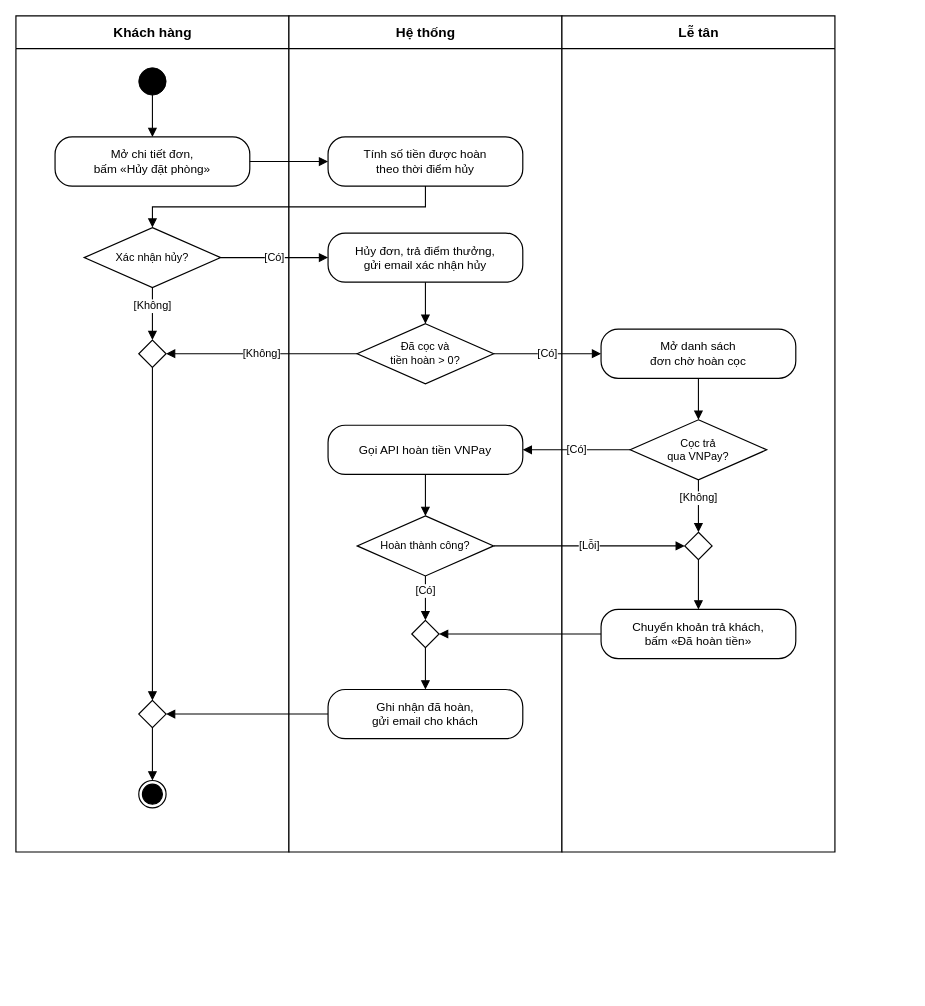
The draw.io diagram docs/thiet-ke/hd-huy-don-hoan-coc.drawio in ngynquchn2511/beach-hotel, before the edit. Source tidied: cells renumbered, new cells numbered last; positions are measured from the earlier drawing's top-left corner, leaving out a move shared by most shapes. Both pictures are drawn from the tidied source at 91%, with x=0, y=0 at pixel (15, 15).
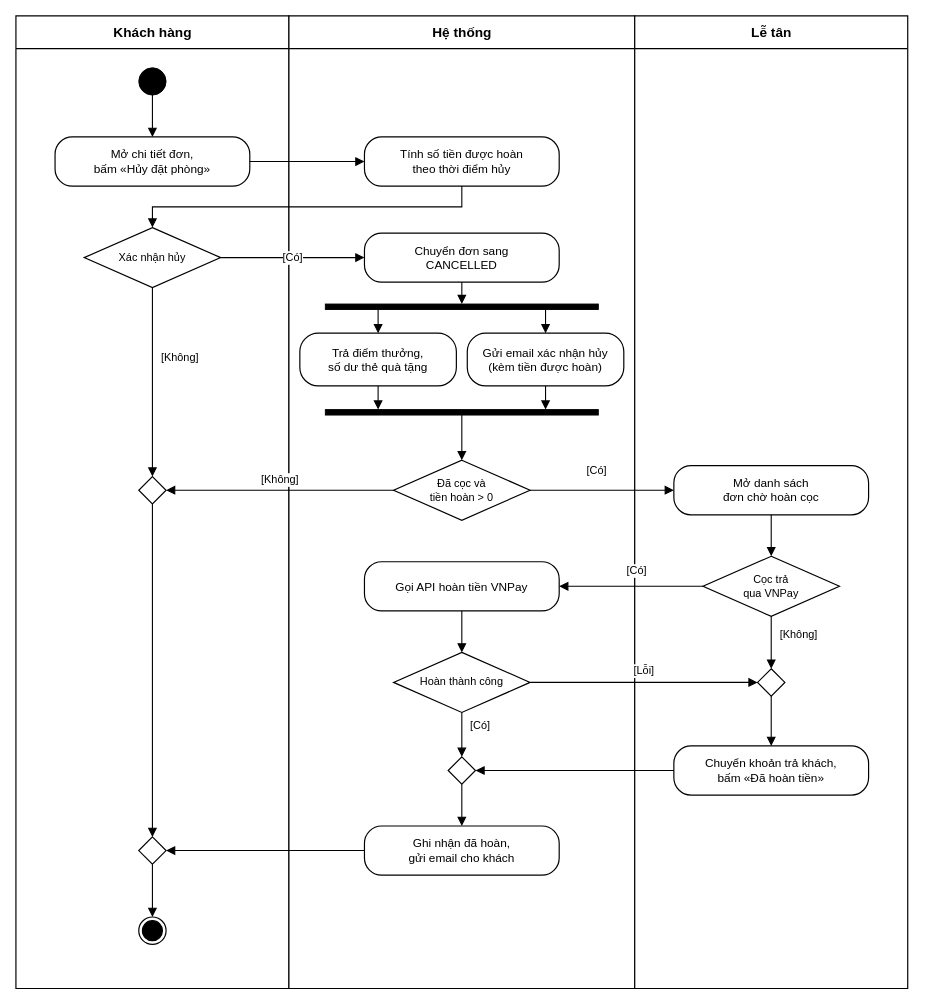
The same diagram, later.

Diff of the diagram source:
```diff
@@
     <mxCell id="2" value="Khách hàng" style="fontFamily=Arial;fontColor=#000000;swimlane;horizontal=1;startSize=36;html=1;fillColor=#FFFFFF;strokeColor=#000000;strokeWidth=1.3;fontSize=15;fontStyle=1;swimlaneFillColor=#FFFFFF;" parent="1" vertex="1">
-      <mxGeometry width="300" height="918.8" as="geometry" />
+      <mxGeometry width="300" height="1068.8" as="geometry" />
     </mxCell>
     <mxCell id="3" value="Hệ thống" style="fontFamily=Arial;fontColor=#000000;swimlane;horizontal=1;startSize=36;html=1;fillColor=#FFFFFF;strokeColor=#000000;strokeWidth=1.3;fontSize=15;fontStyle=1;swimlaneFillColor=#FFFFFF;" parent="1" vertex="1">
-      <mxGeometry x="300" width="300" height="918.8" as="geometry" />
+      <mxGeometry x="300" width="380" height="1068.8" as="geometry" />
     </mxCell>
     <mxCell id="4" value="Lễ tân" style="fontFamily=Arial;fontColor=#000000;swimlane;horizontal=1;startSize=36;html=1;fillColor=#FFFFFF;strokeColor=#000000;strokeWidth=1.3;fontSize=15;fontStyle=1;swimlaneFillColor=#FFFFFF;" parent="1" vertex="1">
-      <mxGeometry x="600" width="300" height="918.8" as="geometry" />
+      <mxGeometry x="680" width="300" height="1068.8" as="geometry" />
     </mxCell>
@@
     <mxCell id="7" value="Tính số tiền được hoàn&lt;br&gt;theo thời điểm hủy" style="fontFamily=Arial;fontColor=#000000;rounded=1;whiteSpace=wrap;html=1;arcSize=35;fillColor=#FFFFFF;strokeColor=#000000;strokeWidth=1.3;fontSize=13;spacing=6;" parent="1" vertex="1">
-      <mxGeometry x="343" y="133" width="214" height="54" as="geometry" />
+      <mxGeometry x="383" y="133" width="214" height="54" as="geometry" />
     </mxCell>
-    <mxCell id="8" value="Xác nhận hủy?" style="fontFamily=Arial;fontColor=#000000;rhombus;whiteSpace=wrap;html=1;fillColor=#FFFFFF;strokeColor=#000000;strokeWidth=1.3;fontSize=12;" parent="1" vertex="1">
+    <mxCell id="8" value="Xác nhận hủy" style="fontFamily=Arial;fontColor=#000000;rhombus;whiteSpace=wrap;html=1;fillColor=#FFFFFF;strokeColor=#000000;strokeWidth=1.3;fontSize=12;" parent="1" vertex="1">
       <mxGeometry x="75" y="232.6" width="150" height="66" as="geometry" />
     </mxCell>
-    <mxCell id="9" value="Hủy đơn, trả điểm thưởng,&lt;br&gt;gửi email xác nhận hủy" style="fontFamily=Arial;fontColor=#000000;rounded=1;whiteSpace=wrap;html=1;arcSize=35;fillColor=#FFFFFF;strokeColor=#000000;strokeWidth=1.3;fontSize=13;spacing=6;" parent="1" vertex="1">
-      <mxGeometry x="343" y="238.6" width="214" height="54" as="geometry" />
+    <mxCell id="9" value="Chuyển đơn sang&lt;br&gt;CANCELLED" style="fontFamily=Arial;fontColor=#000000;rounded=1;whiteSpace=wrap;html=1;arcSize=35;fillColor=#FFFFFF;strokeColor=#000000;strokeWidth=1.3;fontSize=13;spacing=6;" parent="1" vertex="1">
+      <mxGeometry x="383" y="238.6" width="214" height="54" as="geometry" />
     </mxCell>
-    <mxCell id="10" value="Đã cọc và&lt;br&gt;tiền hoàn &gt; 0?" style="fontFamily=Arial;fontColor=#000000;rhombus;whiteSpace=wrap;html=1;fillColor=#FFFFFF;strokeColor=#000000;strokeWidth=1.3;fontSize=12;" parent="1" vertex="1">
-      <mxGeometry x="375" y="338.2" width="150" height="66" as="geometry" />
+    <mxCell id="10" value="Đã cọc và&lt;br&gt;tiền hoàn &amp;gt; 0" style="fontFamily=Arial;fontColor=#000000;rhombus;whiteSpace=wrap;html=1;fillColor=#FFFFFF;strokeColor=#000000;strokeWidth=1.3;fontSize=12;" parent="1" vertex="1">
+      <mxGeometry x="415" y="488.2" width="150" height="66" as="geometry" />
     </mxCell>
     <mxCell id="11" style="fontFamily=Arial;fontColor=#000000;rhombus;whiteSpace=wrap;html=1;fillColor=#FFFFFF;strokeColor=#000000;strokeWidth=1.3;fontSize=12;" parent="1" vertex="1">
-      <mxGeometry x="135" y="356.2" width="30" height="30" as="geometry" />
+      <mxGeometry x="135" y="506.2" width="30" height="30" as="geometry" />
     </mxCell>
     <mxCell id="12" value="Mở danh sách&lt;br&gt;đơn chờ hoàn cọc" style="fontFamily=Arial;fontColor=#000000;rounded=1;whiteSpace=wrap;html=1;arcSize=35;fillColor=#FFFFFF;strokeColor=#000000;strokeWidth=1.3;fontSize=13;spacing=6;" parent="1" vertex="1">
-      <mxGeometry x="643" y="344.2" width="214" height="54" as="geometry" />
+      <mxGeometry x="723" y="494.2" width="214" height="54" as="geometry" />
     </mxCell>
-    <mxCell id="13" value="Cọc trả&lt;br&gt;qua VNPay?" style="fontFamily=Arial;fontColor=#000000;rhombus;whiteSpace=wrap;html=1;fillColor=#FFFFFF;strokeColor=#000000;strokeWidth=1.3;fontSize=12;" parent="1" vertex="1">
-      <mxGeometry x="675" y="443.8" width="150" height="66" as="geometry" />
+    <mxCell id="13" value="Cọc trả&lt;br&gt;qua VNPay" style="fontFamily=Arial;fontColor=#000000;rhombus;whiteSpace=wrap;html=1;fillColor=#FFFFFF;strokeColor=#000000;strokeWidth=1.3;fontSize=12;" parent="1" vertex="1">
+      <mxGeometry x="755" y="593.8" width="150" height="66" as="geometry" />
     </mxCell>
     <mxCell id="14" value="Gọi API hoàn tiền VNPay" style="fontFamily=Arial;fontColor=#000000;rounded=1;whiteSpace=wrap;html=1;arcSize=35;fillColor=#FFFFFF;strokeColor=#000000;strokeWidth=1.3;fontSize=13;spacing=6;" parent="1" vertex="1">
-      <mxGeometry x="343" y="449.8" width="214" height="54" as="geometry" />
+      <mxGeometry x="383" y="599.8" width="214" height="54" as="geometry" />
     </mxCell>
-    <mxCell id="15" value="Hoàn thành công?" style="fontFamily=Arial;fontColor=#000000;rhombus;whiteSpace=wrap;html=1;fillColor=#FFFFFF;strokeColor=#000000;strokeWidth=1.3;fontSize=12;" parent="1" vertex="1">
-      <mxGeometry x="375" y="549.4" width="150" height="66" as="geometry" />
+    <mxCell id="15" value="Hoàn thành công" style="fontFamily=Arial;fontColor=#000000;rhombus;whiteSpace=wrap;html=1;fillColor=#FFFFFF;strokeColor=#000000;strokeWidth=1.3;fontSize=12;" parent="1" vertex="1">
+      <mxGeometry x="415" y="699.4" width="150" height="66" as="geometry" />
     </mxCell>
     <mxCell id="16" style="fontFamily=Arial;fontColor=#000000;rhombus;whiteSpace=wrap;html=1;fillColor=#FFFFFF;strokeColor=#000000;strokeWidth=1.3;fontSize=12;" parent="1" vertex="1">
-      <mxGeometry x="735" y="567.4" width="30" height="30" as="geometry" />
+      <mxGeometry x="815" y="717.4" width="30" height="30" as="geometry" />
     </mxCell>
     <mxCell id="17" value="Chuyển khoản trả khách,&lt;br&gt;bấm «Đã hoàn tiền»" style="fontFamily=Arial;fontColor=#000000;rounded=1;whiteSpace=wrap;html=1;arcSize=35;fillColor=#FFFFFF;strokeColor=#000000;strokeWidth=1.3;fontSize=13;spacing=6;" parent="1" vertex="1">
-      <mxGeometry x="643" y="652.2" width="214" height="54" as="geometry" />
+      <mxGeometry x="723" y="802.2" width="214" height="54" as="geometry" />
     </mxCell>
     <mxCell id="18" style="fontFamily=Arial;fontColor=#000000;rhombus;whiteSpace=wrap;html=1;fillColor=#FFFFFF;strokeColor=#000000;strokeWidth=1.3;fontSize=12;" parent="1" vertex="1">
-      <mxGeometry x="435" y="664.2" width="30" height="30" as="geometry" />
+      <mxGeometry x="475" y="814.2" width="30" height="30" as="geometry" />
     </mxCell>
     <mxCell id="19" value="Ghi nhận đã hoàn,&lt;br&gt;gửi email cho khách" style="fontFamily=Arial;fontColor=#000000;rounded=1;whiteSpace=wrap;html=1;arcSize=35;fillColor=#FFFFFF;strokeColor=#000000;strokeWidth=1.3;fontSize=13;spacing=6;" parent="1" vertex="1">
-      <mxGeometry x="343" y="740.2" width="214" height="54" as="geometry" />
+      <mxGeometry x="383" y="890.2" width="214" height="54" as="geometry" />
     </mxCell>
     <mxCell id="20" style="fontFamily=Arial;fontColor=#000000;rhombus;whiteSpace=wrap;html=1;fillColor=#FFFFFF;strokeColor=#000000;strokeWidth=1.3;fontSize=12;" parent="1" vertex="1">
-      <mxGeometry x="135" y="752.2" width="30" height="30" as="geometry" />
+      <mxGeometry x="135" y="902.2" width="30" height="30" as="geometry" />
     </mxCell>
     <mxCell id="21" style="ellipse;html=1;shape=endState;fillColor=#000000;strokeColor=#000000;strokeWidth=1.3;" parent="1" vertex="1">
-      <mxGeometry x="135" y="840.2" width="30" height="30" as="geometry" />
+      <mxGeometry x="135" y="990.2" width="30" height="30" as="geometry" />
     </mxCell>
@@
     <mxCell id="24" style="fontFamily=Arial;fontColor=#000000;edgeStyle=orthogonalEdgeStyle;rounded=0;html=1;endArrow=block;endFill=1;endSize=7;strokeColor=#000000;strokeWidth=1.2;fontSize=12;labelBackgroundColor=#FFFFFF;exitX=0.5;exitY=1;exitDx=0;exitDy=0;entryX=0.5;entryY=0;entryDx=0;entryDy=0;" parent="1" edge="1" source="7" target="8">
       <mxGeometry relative="1" as="geometry">
         <Array as="points">
-          <mxPoint x="450" y="209.8" />
+          <mxPoint x="490" y="209.8" />
           <mxPoint x="150" y="209.8" />
         </Array>
       </mxGeometry>
     </mxCell>
@@
     <mxCell id="26" value="[Không]" style="fontFamily=Arial;fontColor=#000000;edgeStyle=orthogonalEdgeStyle;rounded=0;html=1;endArrow=block;endFill=1;endSize=7;strokeColor=#000000;strokeWidth=1.2;fontSize=12;labelBackgroundColor=#FFFFFF;exitX=0.5;exitY=1;exitDx=0;exitDy=0;entryX=0.5;entryY=0;entryDx=0;entryDy=0;" parent="1" edge="1" source="8" target="11">
-      <mxGeometry x="-0.3" relative="1" as="geometry" />
+      <mxGeometry x="-0.26" y="30" relative="1" as="geometry" />
     </mxCell>
-    <mxCell id="27" style="fontFamily=Arial;fontColor=#000000;edgeStyle=orthogonalEdgeStyle;rounded=0;html=1;endArrow=block;endFill=1;endSize=7;strokeColor=#000000;strokeWidth=1.2;fontSize=12;labelBackgroundColor=#FFFFFF;exitX=0.5;exitY=1;exitDx=0;exitDy=0;entryX=0.5;entryY=0;entryDx=0;entryDy=0;" parent="1" edge="1" source="9" target="10">
-      <mxGeometry relative="1" as="geometry" />
-    </mxCell>
     <mxCell id="28" value="[Có]" style="fontFamily=Arial;fontColor=#000000;edgeStyle=orthogonalEdgeStyle;rounded=0;html=1;endArrow=block;endFill=1;endSize=7;strokeColor=#000000;strokeWidth=1.2;fontSize=12;labelBackgroundColor=#FFFFFF;exitX=1;exitY=0.5;exitDx=0;exitDy=0;entryX=0;entryY=0.5;entryDx=0;entryDy=0;" parent="1" edge="1" source="10" target="12">
-      <mxGeometry relative="1" as="geometry" />
+      <mxGeometry x="-0.07" y="21" relative="1" as="geometry" />
     </mxCell>
     <mxCell id="29" value="[Không]" style="fontFamily=Arial;fontColor=#000000;edgeStyle=orthogonalEdgeStyle;rounded=0;html=1;endArrow=block;endFill=1;endSize=7;strokeColor=#000000;strokeWidth=1.2;fontSize=12;labelBackgroundColor=#FFFFFF;exitX=0;exitY=0.5;exitDx=0;exitDy=0;entryX=1;entryY=0.5;entryDx=0;entryDy=0;" parent="1" edge="1" source="10" target="11">
-      <mxGeometry relative="1" as="geometry" />
+      <mxGeometry y="-11" relative="1" as="geometry" />
     </mxCell>
@@
     <mxCell id="32" value="[Có]" style="fontFamily=Arial;fontColor=#000000;edgeStyle=orthogonalEdgeStyle;rounded=0;html=1;endArrow=block;endFill=1;endSize=7;strokeColor=#000000;strokeWidth=1.2;fontSize=12;labelBackgroundColor=#FFFFFF;exitX=0;exitY=0.5;exitDx=0;exitDy=0;entryX=1;entryY=0.5;entryDx=0;entryDy=0;" parent="1" edge="1" source="13" target="14">
-      <mxGeometry relative="1" as="geometry" />
+      <mxGeometry x="-0.07" y="-17" relative="1" as="geometry" />
     </mxCell>
     <mxCell id="33" value="[Không]" style="fontFamily=Arial;fontColor=#000000;edgeStyle=orthogonalEdgeStyle;rounded=0;html=1;endArrow=block;endFill=1;endSize=7;strokeColor=#000000;strokeWidth=1.2;fontSize=12;labelBackgroundColor=#FFFFFF;exitX=0.5;exitY=1;exitDx=0;exitDy=0;entryX=0.5;entryY=0;entryDx=0;entryDy=0;" parent="1" edge="1" source="13" target="16">
-      <mxGeometry x="-0.3" relative="1" as="geometry" />
+      <mxGeometry x="-0.3" y="30" relative="1" as="geometry" />
     </mxCell>
@@
     <mxCell id="35" value="[Lỗi]" style="fontFamily=Arial;fontColor=#000000;edgeStyle=orthogonalEdgeStyle;rounded=0;html=1;endArrow=block;endFill=1;endSize=7;strokeColor=#000000;strokeWidth=1.2;fontSize=12;labelBackgroundColor=#FFFFFF;exitX=1;exitY=0.5;exitDx=0;exitDy=0;entryX=0;entryY=0.5;entryDx=0;entryDy=0;" parent="1" edge="1" source="15" target="16">
-      <mxGeometry relative="1" as="geometry" />
+      <mxGeometry y="12" relative="1" as="geometry" />
     </mxCell>
@@
     <mxCell id="37" value="[Có]" style="fontFamily=Arial;fontColor=#000000;edgeStyle=orthogonalEdgeStyle;rounded=0;html=1;endArrow=block;endFill=1;endSize=7;strokeColor=#000000;strokeWidth=1.2;fontSize=12;labelBackgroundColor=#FFFFFF;exitX=0.5;exitY=1;exitDx=0;exitDy=0;entryX=0.5;entryY=0;entryDx=0;entryDy=0;" parent="1" edge="1" source="15" target="18">
-      <mxGeometry x="-0.3" relative="1" as="geometry" />
+      <mxGeometry x="-0.4" y="20" relative="1" as="geometry" />
     </mxCell>
@@
+    <mxCell id="42" style="rounded=0;html=1;fillColor=#000000;strokeColor=#000000;" parent="1" vertex="1">
+      <mxGeometry x="340" y="316.6" width="300" height="6" as="geometry" />
+    </mxCell>
+    <mxCell id="43" value="Trả điểm thưởng,&lt;br&gt;số dư thẻ quà tặng" style="fontFamily=Arial;fontColor=#000000;rounded=1;whiteSpace=wrap;html=1;arcSize=35;fillColor=#FFFFFF;strokeColor=#000000;strokeWidth=1.3;fontSize=13;spacing=4;" parent="1" vertex="1">
+      <mxGeometry x="312" y="348.6" width="172" height="58" as="geometry" />
+    </mxCell>
+    <mxCell id="44" value="Gửi email xác nhận hủy&lt;br&gt;(kèm tiền được hoàn)" style="fontFamily=Arial;fontColor=#000000;rounded=1;whiteSpace=wrap;html=1;arcSize=35;fillColor=#FFFFFF;strokeColor=#000000;strokeWidth=1.3;fontSize=13;spacing=4;" parent="1" vertex="1">
+      <mxGeometry x="496" y="348.6" width="172" height="58" as="geometry" />
+    </mxCell>
+    <mxCell id="45" style="rounded=0;html=1;fillColor=#000000;strokeColor=#000000;" parent="1" vertex="1">
+      <mxGeometry x="340" y="432.6" width="300" height="6" as="geometry" />
+    </mxCell>
+    <mxCell id="46" style="fontFamily=Arial;fontColor=#000000;edgeStyle=orthogonalEdgeStyle;rounded=0;html=1;endArrow=block;endFill=1;endSize=7;strokeColor=#000000;strokeWidth=1.2;fontSize=12;exitX=0.5;exitY=1;exitDx=0;exitDy=0;entryX=0.5;entryY=0;entryDx=0;entryDy=0;" parent="1" edge="1" source="9" target="42">
+      <mxGeometry relative="1" as="geometry" />
+    </mxCell>
+    <mxCell id="47" style="fontFamily=Arial;fontColor=#000000;edgeStyle=orthogonalEdgeStyle;rounded=0;html=1;endArrow=block;endFill=1;endSize=7;strokeColor=#000000;strokeWidth=1.2;fontSize=12;exitX=0.19333333333333333;exitY=1;exitDx=0;exitDy=0;entryX=0.5;entryY=0;entryDx=0;entryDy=0;" parent="1" edge="1" source="42" target="43">
+      <mxGeometry relative="1" as="geometry" />
+    </mxCell>
+    <mxCell id="48" style="fontFamily=Arial;fontColor=#000000;edgeStyle=orthogonalEdgeStyle;rounded=0;html=1;endArrow=block;endFill=1;endSize=7;strokeColor=#000000;strokeWidth=1.2;fontSize=12;exitX=0.8066666666666666;exitY=1;exitDx=0;exitDy=0;entryX=0.5;entryY=0;entryDx=0;entryDy=0;" parent="1" edge="1" source="42" target="44">
+      <mxGeometry relative="1" as="geometry" />
+    </mxCell>
+    <mxCell id="49" style="fontFamily=Arial;fontColor=#000000;edgeStyle=orthogonalEdgeStyle;rounded=0;html=1;endArrow=block;endFill=1;endSize=7;strokeColor=#000000;strokeWidth=1.2;fontSize=12;exitX=0.5;exitY=1;exitDx=0;exitDy=0;entryX=0.19333333333333333;entryY=0;entryDx=0;entryDy=0;" parent="1" edge="1" source="43" target="45">
+      <mxGeometry relative="1" as="geometry" />
+    </mxCell>
+    <mxCell id="50" style="fontFamily=Arial;fontColor=#000000;edgeStyle=orthogonalEdgeStyle;rounded=0;html=1;endArrow=block;endFill=1;endSize=7;strokeColor=#000000;strokeWidth=1.2;fontSize=12;exitX=0.5;exitY=1;exitDx=0;exitDy=0;entryX=0.8066666666666666;entryY=0;entryDx=0;entryDy=0;" parent="1" edge="1" source="44" target="45">
+      <mxGeometry relative="1" as="geometry" />
+    </mxCell>
+    <mxCell id="51" style="fontFamily=Arial;fontColor=#000000;edgeStyle=orthogonalEdgeStyle;rounded=0;html=1;endArrow=block;endFill=1;endSize=7;strokeColor=#000000;strokeWidth=1.2;fontSize=12;exitX=0.5;exitY=1;exitDx=0;exitDy=0;entryX=0.5;entryY=0;entryDx=0;entryDy=0;" parent="1" edge="1" source="45" target="10">
+      <mxGeometry relative="1" as="geometry" />
+    </mxCell>
```
